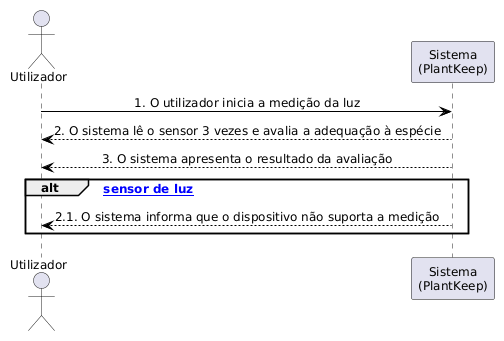
compaqle/DSSMV_ProjectDroid_1251486_1251506 keeps this PlantUML diagram as .docs/diagramas/SSDs/uc08.png. Above is the earlier version.
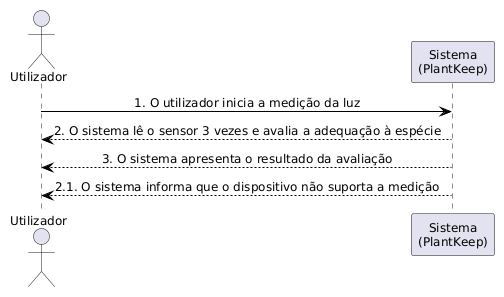
Later version of the same file.

The edit, as a diff of the source:
```diff
@@ -8,7 +8,5 @@
 u -> s : 1. O utilizador inicia a medição da luz
 s --> u : 2. O sistema lê o sensor 3 vezes e avalia a adequação à espécie
 s --> u : 3. O sistema apresenta o resultado da avaliação
-alt [Sem sensor de luz]
-    s --> u : 2.1. O sistema informa que o dispositivo não suporta a medição
-end
+s --> u : 2.1. O sistema informa que o dispositivo não suporta a medição
 @enduml
```
